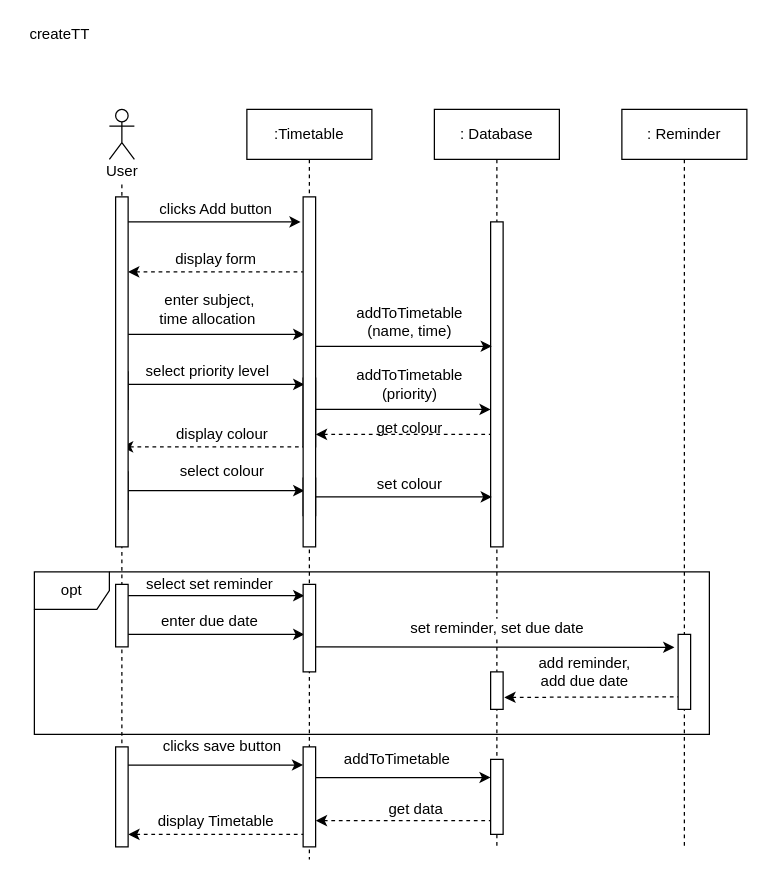
Earlier version of the draw.io diagram page "Page-2" (2 of 4) of Timetable.drawio (FaizAnuar/ashisu). Source tidied: cells renumbered, new cells numbered last; positions are measured from the earlier drawing's top-left corner, leaving out a move shared by most shapes. Both pictures are drawn from the tidied source at 125%, with x=0, y=0 at pixel (21, 21).
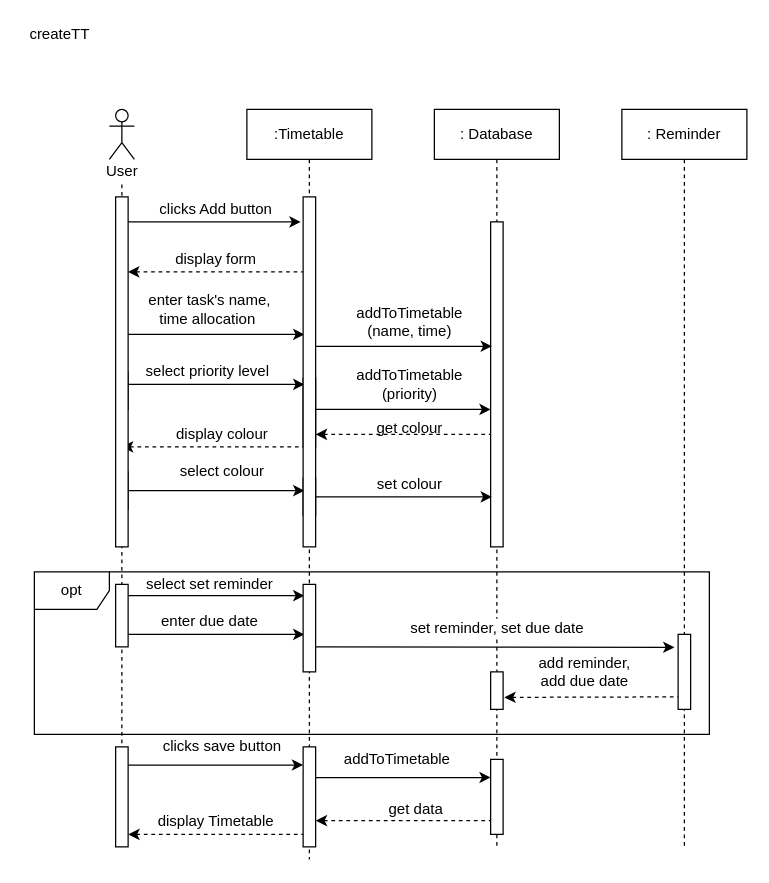
The same page after the edit.

Change to the diagram source:
```diff
@@
-    <mxCell id="17" value="enter subject, &lt;br&gt;time allocation&amp;nbsp;" style="text;html=1;align=center;verticalAlign=middle;strokeColor=none;" parent="1" vertex="1">
-      <mxGeometry x="100" y="215" width="100" height="30" as="geometry" />
+    <mxCell id="17" value="enter task's name, &lt;br&gt;time allocation&amp;nbsp;" style="text;html=1;align=center;verticalAlign=middle;strokeColor=none;" parent="1" vertex="1">
+      <mxGeometry x="95" y="215" width="110" height="30" as="geometry" />
     </mxCell>
```
